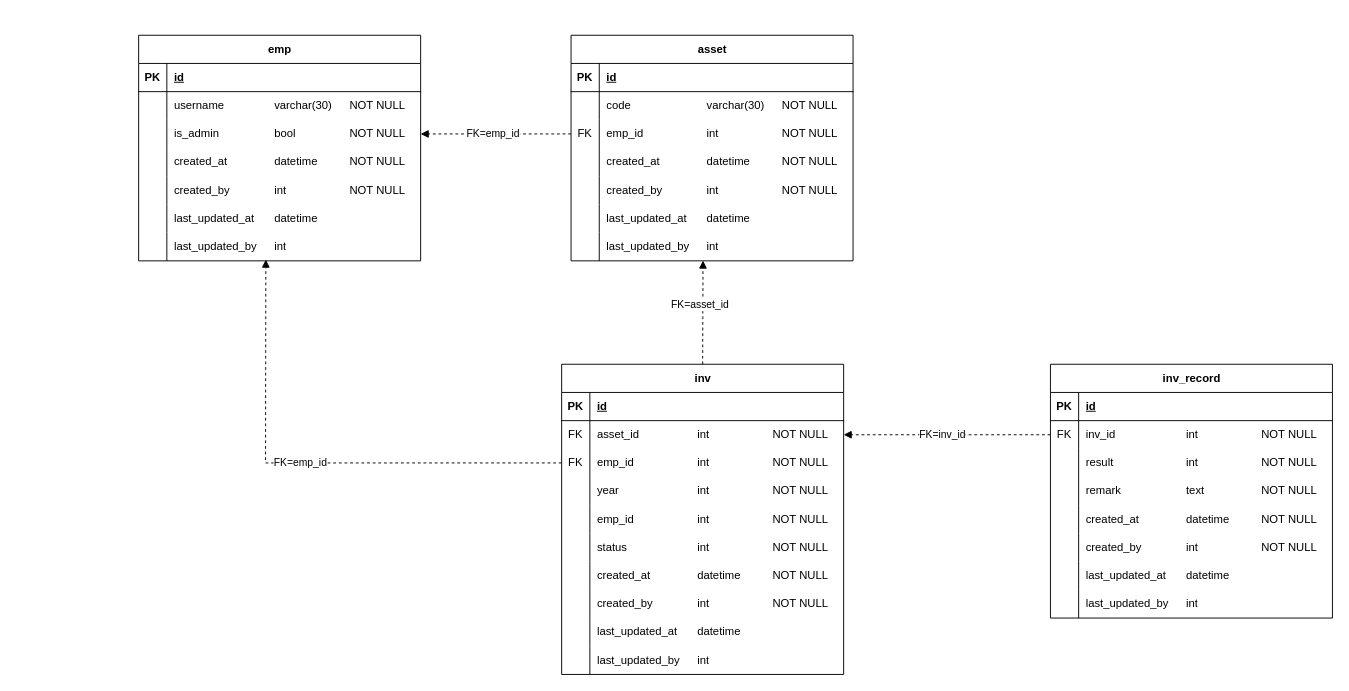
wangxiaochuang/drawio keeps this draw.io diagram as page "第 2 页" (2 of 2) of 未命名绘图.drawio. Above is the earlier version. Source tidied: cells renumbered, new cells numbered last; positions are measured from the earlier drawing's top-left corner, leaving out a move shared by most shapes. Both pictures are drawn from the tidied source at 94%, with x=0, y=0 at pixel (138, 35).
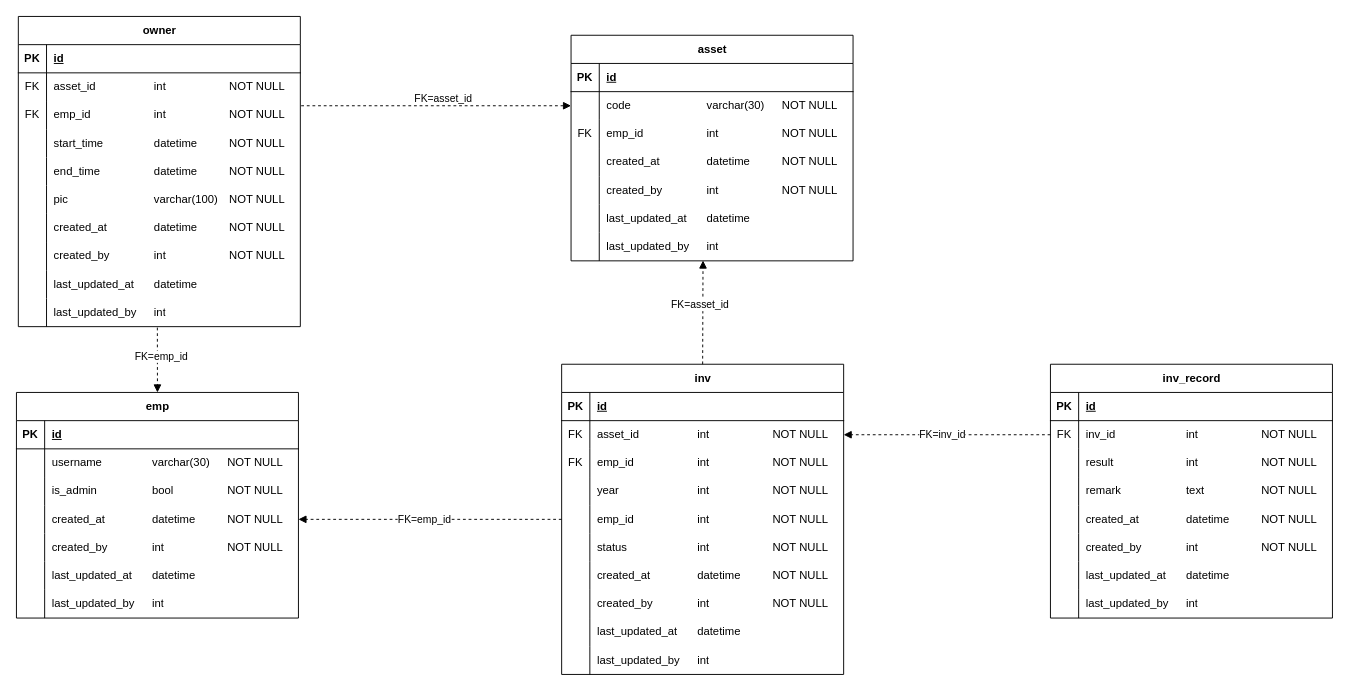
Above is the later version.

Unchanged cells that the change refers to:
```xml
<mxCell id="6" style="shape=tableRow;horizontal=0;startSize=0;swimlaneHead=0;swimlaneBody=0;fillColor=none;points=[[0,0.5],[1,0.5]];portConstraint=eastwest;top=0;left=0;right=0;bottom=0;" parent="2" vertex="1">
  <mxGeometry y="60" width="300" height="30" as="geometry" />
</mxCell>
<mxCell id="9" style="shape=tableRow;horizontal=0;startSize=0;swimlaneHead=0;swimlaneBody=0;fillColor=none;points=[[0,0.5],[1,0.5]];portConstraint=eastwest;top=0;left=0;right=0;bottom=0;" parent="2" vertex="1">
  <mxGeometry y="90" width="300" height="30" as="geometry" />
</mxCell>
<mxCell id="33" style="shape=tableRow;horizontal=0;startSize=0;swimlaneHead=0;swimlaneBody=0;fillColor=none;points=[[0,0.5],[1,0.5]];portConstraint=eastwest;top=0;left=0;right=0;bottom=0;" parent="26" vertex="1">
  <mxGeometry y="90" width="300" height="30" as="geometry" />
</mxCell>
<mxCell id="36" style="shape=tableRow;horizontal=0;startSize=0;swimlaneHead=0;swimlaneBody=0;fillColor=none;points=[[0,0.5],[1,0.5]];portConstraint=eastwest;top=0;left=0;right=0;bottom=0;" parent="26" vertex="1">
  <mxGeometry y="120" width="300" height="30" as="geometry" />
</mxCell>
<mxCell id="45" style="shape=tableRow;horizontal=0;startSize=0;swimlaneHead=0;swimlaneBody=0;fillColor=none;points=[[0,0.5],[1,0.5]];portConstraint=eastwest;top=0;left=0;right=0;bottom=0;" parent="26" vertex="1">
  <mxGeometry y="210" width="300" height="30" as="geometry" />
</mxCell>
<mxCell id="57" style="shape=tableRow;horizontal=0;startSize=0;swimlaneHead=0;swimlaneBody=0;fillColor=none;points=[[0,0.5],[1,0.5]];portConstraint=eastwest;top=0;left=0;right=0;bottom=0;" parent="50" vertex="1">
  <mxGeometry y="90" width="300" height="30" as="geometry" />
</mxCell>
<mxCell id="63" style="shape=tableRow;horizontal=0;startSize=0;swimlaneHead=0;swimlaneBody=0;fillColor=none;points=[[0,0.5],[1,0.5]];portConstraint=eastwest;top=0;left=0;right=0;bottom=0;" parent="50" vertex="1">
  <mxGeometry y="150" width="300" height="30" as="geometry" />
</mxCell>
```

What changed in the source:
```diff
@@
     <mxCell id="26" value="emp" style="shape=table;startSize=30;childLayout=tableLayout;rowLines=0;fontStyle=1;align=center;html=1;" parent="1" vertex="1">
-      <mxGeometry width="300" height="240" as="geometry" />
+      <mxGeometry x="-130" y="380" width="300" height="240" as="geometry" />
     </mxCell>
@@
-    <mxCell id="48" style="html=1;verticalAlign=bottom;labelBackgroundColor=none;endArrow=block;endFill=1;dashed=1;rounded=0;exitX=0;exitY=0.5;exitDx=0;exitDy=0;entryX=1;entryY=0.5;entryDx=0;entryDy=0;" parent="1" edge="1" source="9" target="33">
+    <mxCell id="48" style="html=1;verticalAlign=bottom;labelBackgroundColor=none;endArrow=block;endFill=1;dashed=1;rounded=0;exitX=0.493;exitY=1.033;exitDx=0;exitDy=0;exitPerimeter=0;entryX=0.5;entryY=0;entryDx=0;entryDy=0;" parent="1" edge="1" source="140" target="26">
       <mxGeometry relative="1" as="geometry" />
     </mxCell>
@@
-    <mxCell id="81" style="html=1;verticalAlign=bottom;labelBackgroundColor=none;endArrow=block;endFill=1;dashed=1;rounded=0;exitX=0;exitY=0.5;exitDx=0;exitDy=0;entryX=0.451;entryY=0.956;entryDx=0;entryDy=0;entryPerimeter=0;" parent="1" edge="1" source="57" target="45">
-      <mxGeometry relative="1" as="geometry">
-        <Array as="points">
-          <mxPoint x="135" y="455" />
-        </Array>
-      </mxGeometry>
+    <mxCell id="81" style="html=1;verticalAlign=bottom;labelBackgroundColor=none;endArrow=block;endFill=1;dashed=1;rounded=0;entryX=1;entryY=0.5;entryDx=0;entryDy=0;exitX=0;exitY=0.5;exitDx=0;exitDy=0;" parent="1" edge="1" source="63" target="36">
+      <mxGeometry relative="1" as="geometry" />
     </mxCell>
@@
+    <mxCell id="112" value="owner" style="shape=table;startSize=30;childLayout=tableLayout;rowLines=0;fontStyle=1;align=center;html=1;" parent="1" vertex="1">
+      <mxGeometry x="-128" y="-20" width="300" height="330" as="geometry" />
+    </mxCell>
+    <mxCell id="113" style="shape=tableRow;horizontal=0;startSize=0;swimlaneHead=0;swimlaneBody=0;fillColor=none;top=0;left=0;right=0;bottom=1;" parent="112" vertex="1">
+      <mxGeometry y="30" width="300" height="30" as="geometry" />
+    </mxCell>
+    <mxCell id="114" value="PK" style="shape=partialRectangle;fillColor=none;top=0;left=0;bottom=0;right=0;fontStyle=1;overflow=hidden;whiteSpace=wrap;html=1;" parent="113" vertex="1">
+      <mxGeometry width="30" height="30" as="geometry" />
+    </mxCell>
+    <mxCell id="115" value="id" style="shape=partialRectangle;fillColor=none;top=0;left=0;bottom=0;right=0;align=left;spacingLeft=6;fontStyle=5;overflow=hidden;whiteSpace=wrap;html=1;" parent="113" vertex="1">
+      <mxGeometry x="30" width="270" height="30" as="geometry" />
+    </mxCell>
+    <mxCell id="116" style="shape=tableRow;horizontal=0;startSize=0;swimlaneHead=0;swimlaneBody=0;fillColor=none;top=0;left=0;right=0;bottom=0;" parent="112" vertex="1">
+      <mxGeometry y="60" width="300" height="30" as="geometry" />
+    </mxCell>
+    <mxCell id="117" value="FK" style="shape=partialRectangle;fillColor=none;top=0;left=0;bottom=0;right=0;overflow=hidden;whiteSpace=wrap;html=1;" parent="116" vertex="1">
+      <mxGeometry width="30" height="30" as="geometry" />
+    </mxCell>
+    <mxCell id="118" value="asset_id&lt;span style=&quot;white-space: pre;&quot;&gt;&#9;&lt;/span&gt;&lt;span style=&quot;white-space: pre;&quot;&gt;&#9;&lt;span style=&quot;white-space: pre;&quot;&gt;&#9;&lt;/span&gt;&lt;/span&gt;int&lt;span style=&quot;white-space: pre;&quot;&gt;&#9;&lt;/span&gt;&lt;span style=&quot;white-space: pre;&quot;&gt;&#9;&lt;/span&gt;&lt;span style=&quot;white-space: pre;&quot;&gt;&#9;&lt;/span&gt;NOT NULL" style="shape=partialRectangle;fillColor=none;top=0;left=0;bottom=0;right=0;align=left;spacingLeft=6;overflow=hidden;whiteSpace=wrap;html=1;" parent="116" vertex="1">
+      <mxGeometry x="30" width="270" height="30" as="geometry" />
+    </mxCell>
+    <mxCell id="119" style="shape=tableRow;horizontal=0;startSize=0;swimlaneHead=0;swimlaneBody=0;fillColor=none;points=[[0,0.5],[1,0.5]];portConstraint=eastwest;top=0;left=0;right=0;bottom=0;" parent="112" vertex="1">
+      <mxGeometry y="90" width="300" height="30" as="geometry" />
+    </mxCell>
+    <mxCell id="120" value="FK" style="shape=partialRectangle;fillColor=none;top=0;left=0;bottom=0;right=0;overflow=hidden;whiteSpace=wrap;html=1;" parent="119" vertex="1">
+      <mxGeometry width="30" height="30" as="geometry" />
+    </mxCell>
+    <mxCell id="121" value="emp_id&lt;span style=&quot;white-space: pre;&quot;&gt;&#9;&lt;/span&gt;&lt;span style=&quot;white-space: pre;&quot;&gt;&#9;&lt;span style=&quot;white-space: pre;&quot;&gt;&#9;&lt;/span&gt;&lt;/span&gt;int&lt;span style=&quot;white-space: pre;&quot;&gt;&#9;&lt;/span&gt;&lt;span style=&quot;white-space: pre;&quot;&gt;&#9;&lt;/span&gt;&lt;span style=&quot;white-space: pre;&quot;&gt;&#9;&lt;/span&gt;NOT NULL" style="shape=partialRectangle;fillColor=none;top=0;left=0;bottom=0;right=0;align=left;spacingLeft=6;overflow=hidden;whiteSpace=wrap;html=1;" parent="119" vertex="1">
+      <mxGeometry x="30" width="270" height="30" as="geometry" />
+    </mxCell>
+    <mxCell id="122" style="shape=tableRow;horizontal=0;startSize=0;swimlaneHead=0;swimlaneBody=0;fillColor=none;top=0;left=0;right=0;bottom=0;" parent="112" vertex="1">
+      <mxGeometry y="120" width="300" height="30" as="geometry" />
+    </mxCell>
+    <mxCell id="123" style="shape=partialRectangle;fillColor=none;top=0;left=0;bottom=0;right=0;overflow=hidden;whiteSpace=wrap;html=1;" parent="122" vertex="1">
+      <mxGeometry width="30" height="30" as="geometry" />
+    </mxCell>
+    <mxCell id="124" value="start_time&lt;span style=&quot;white-space: pre;&quot;&gt;&#9;&lt;/span&gt;&lt;span style=&quot;white-space: pre;&quot;&gt;&#9;&lt;/span&gt;datetime&lt;span style=&quot;white-space: pre;&quot;&gt;&#9;&lt;/span&gt;&lt;span style=&quot;white-space: pre;&quot;&gt;&#9;&lt;/span&gt;NOT NULL" style="shape=partialRectangle;fillColor=none;top=0;left=0;bottom=0;right=0;align=left;spacingLeft=6;overflow=hidden;whiteSpace=wrap;html=1;" parent="122" vertex="1">
+      <mxGeometry x="30" width="270" height="30" as="geometry" />
+    </mxCell>
+    <mxCell id="125" style="shape=tableRow;horizontal=0;startSize=0;swimlaneHead=0;swimlaneBody=0;fillColor=none;top=0;left=0;right=0;bottom=0;" parent="112" vertex="1">
+      <mxGeometry y="150" width="300" height="30" as="geometry" />
+    </mxCell>
+    <mxCell id="126" style="shape=partialRectangle;fillColor=none;top=0;left=0;bottom=0;right=0;overflow=hidden;whiteSpace=wrap;html=1;" parent="125" vertex="1">
+      <mxGeometry width="30" height="30" as="geometry" />
+    </mxCell>
+    <mxCell id="127" value="end_time&lt;span style=&quot;white-space: pre;&quot;&gt;&#9;&lt;/span&gt;&lt;span style=&quot;white-space: pre;&quot;&gt;&#9;&lt;span style=&quot;white-space: pre;&quot;&gt;&#9;&lt;/span&gt;&lt;/span&gt;datetime&lt;span style=&quot;white-space: pre;&quot;&gt;&#9;&lt;/span&gt;&lt;span style=&quot;white-space: pre;&quot;&gt;&#9;&lt;/span&gt;NOT NULL" style="shape=partialRectangle;fillColor=none;top=0;left=0;bottom=0;right=0;align=left;spacingLeft=6;overflow=hidden;whiteSpace=wrap;html=1;" parent="125" vertex="1">
+      <mxGeometry x="30" width="270" height="30" as="geometry" />
+    </mxCell>
+    <mxCell id="128" style="shape=tableRow;horizontal=0;startSize=0;swimlaneHead=0;swimlaneBody=0;fillColor=none;top=0;left=0;right=0;bottom=0;" parent="112" vertex="1">
+      <mxGeometry y="180" width="300" height="30" as="geometry" />
+    </mxCell>
+    <mxCell id="129" style="shape=partialRectangle;fillColor=none;top=0;left=0;bottom=0;right=0;overflow=hidden;whiteSpace=wrap;html=1;" parent="128" vertex="1">
+      <mxGeometry width="30" height="30" as="geometry" />
+    </mxCell>
+    <mxCell id="130" value="pic&lt;span style=&quot;white-space: pre;&quot;&gt;&#9;&lt;/span&gt;&lt;span style=&quot;white-space: pre;&quot;&gt;&#9;&lt;span style=&quot;white-space: pre;&quot;&gt;&#9;&lt;span style=&quot;white-space: pre;&quot;&gt;&#9;&lt;/span&gt;&lt;/span&gt;&lt;/span&gt;varchar(100)&lt;span style=&quot;white-space: pre;&quot;&gt;&#9;&lt;/span&gt;NOT NULL" style="shape=partialRectangle;fillColor=none;top=0;left=0;bottom=0;right=0;align=left;spacingLeft=6;overflow=hidden;whiteSpace=wrap;html=1;" parent="128" vertex="1">
+      <mxGeometry x="30" width="270" height="30" as="geometry" />
+    </mxCell>
+    <mxCell id="131" style="shape=tableRow;horizontal=0;startSize=0;swimlaneHead=0;swimlaneBody=0;fillColor=none;top=0;left=0;right=0;bottom=0;" parent="112" vertex="1">
+      <mxGeometry y="210" width="300" height="30" as="geometry" />
+    </mxCell>
+    <mxCell id="132" style="shape=partialRectangle;fillColor=none;top=0;left=0;bottom=0;right=0;overflow=hidden;whiteSpace=wrap;html=1;" parent="131" vertex="1">
+      <mxGeometry width="30" height="30" as="geometry" />
+    </mxCell>
+    <mxCell id="133" value="created_at&lt;span style=&quot;white-space: pre;&quot;&gt;&#9;&lt;/span&gt;&lt;span style=&quot;white-space: pre;&quot;&gt;&#9;&lt;/span&gt;datetime&lt;span style=&quot;white-space: pre;&quot;&gt;&#9;&lt;/span&gt;&lt;span style=&quot;white-space: pre;&quot;&gt;&#9;&lt;/span&gt;NOT NULL" style="shape=partialRectangle;fillColor=none;top=0;left=0;bottom=0;right=0;align=left;spacingLeft=6;overflow=hidden;whiteSpace=wrap;html=1;" parent="131" vertex="1">
+      <mxGeometry x="30" width="270" height="30" as="geometry" />
+    </mxCell>
+    <mxCell id="134" style="shape=tableRow;horizontal=0;startSize=0;swimlaneHead=0;swimlaneBody=0;fillColor=none;top=0;left=0;right=0;bottom=0;" parent="112" vertex="1">
+      <mxGeometry y="240" width="300" height="30" as="geometry" />
+    </mxCell>
+    <mxCell id="135" style="shape=partialRectangle;fillColor=none;top=0;left=0;bottom=0;right=0;overflow=hidden;whiteSpace=wrap;html=1;" parent="134" vertex="1">
+      <mxGeometry width="30" height="30" as="geometry" />
+    </mxCell>
+    <mxCell id="136" value="created_by&lt;span style=&quot;white-space: pre;&quot;&gt;&#9;&lt;/span&gt;&lt;span style=&quot;white-space: pre;&quot;&gt;&#9;&lt;/span&gt;int&lt;span style=&quot;white-space: pre;&quot;&gt;&#9;&lt;/span&gt;&lt;span style=&quot;white-space: pre;&quot;&gt;&#9;&lt;/span&gt;&lt;span style=&quot;white-space: pre;&quot;&gt;&#9;&lt;/span&gt;NOT NULL" style="shape=partialRectangle;fillColor=none;top=0;left=0;bottom=0;right=0;align=left;spacingLeft=6;overflow=hidden;whiteSpace=wrap;html=1;" parent="134" vertex="1">
+      <mxGeometry x="30" width="270" height="30" as="geometry" />
+    </mxCell>
+    <mxCell id="137" style="shape=tableRow;horizontal=0;startSize=0;swimlaneHead=0;swimlaneBody=0;fillColor=none;top=0;left=0;right=0;bottom=0;" parent="112" vertex="1">
+      <mxGeometry y="270" width="300" height="30" as="geometry" />
+    </mxCell>
+    <mxCell id="138" style="shape=partialRectangle;fillColor=none;top=0;left=0;bottom=0;right=0;overflow=hidden;whiteSpace=wrap;html=1;" parent="137" vertex="1">
+      <mxGeometry width="30" height="30" as="geometry" />
+    </mxCell>
+    <mxCell id="139" value="last_updated_at&lt;span style=&quot;white-space: pre;&quot;&gt;&#9;&lt;/span&gt;datetime" style="shape=partialRectangle;fillColor=none;top=0;left=0;bottom=0;right=0;align=left;spacingLeft=6;overflow=hidden;whiteSpace=wrap;html=1;" parent="137" vertex="1">
+      <mxGeometry x="30" width="270" height="30" as="geometry" />
+    </mxCell>
+    <mxCell id="140" style="shape=tableRow;horizontal=0;startSize=0;swimlaneHead=0;swimlaneBody=0;fillColor=none;points=[[0,0.5],[1,0.5]];portConstraint=eastwest;top=0;left=0;right=0;bottom=0;" parent="112" vertex="1">
+      <mxGeometry y="300" width="300" height="30" as="geometry" />
+    </mxCell>
+    <mxCell id="141" style="shape=partialRectangle;fillColor=none;top=0;left=0;bottom=0;right=0;overflow=hidden;whiteSpace=wrap;html=1;" parent="140" vertex="1">
+      <mxGeometry width="30" height="30" as="geometry" />
+    </mxCell>
+    <mxCell id="142" value="last_updated_by&lt;span style=&quot;white-space: pre;&quot;&gt;&#9;&lt;/span&gt;int" style="shape=partialRectangle;fillColor=none;top=0;left=0;bottom=0;right=0;align=left;spacingLeft=6;overflow=hidden;whiteSpace=wrap;html=1;" parent="140" vertex="1">
+      <mxGeometry x="30" width="270" height="30" as="geometry" />
+    </mxCell>
+    <mxCell id="143" style="html=1;verticalAlign=bottom;labelBackgroundColor=none;endArrow=block;endFill=1;dashed=1;rounded=0;exitX=1.003;exitY=0.167;exitDx=0;exitDy=0;entryX=0;entryY=0.5;entryDx=0;entryDy=0;exitPerimeter=0;" parent="1" edge="1" source="119" target="6">
+      <mxGeometry relative="1" as="geometry" />
+    </mxCell>
+    <mxCell id="144" value="FK=asset_id" style="edgeLabel;html=1;align=center;verticalAlign=middle;" parent="143" vertex="1">
+      <mxGeometry x="0.05" y="4" relative="1" as="geometry">
+        <mxPoint y="-5" as="offset" />
+      </mxGeometry>
+    </mxCell>
```
